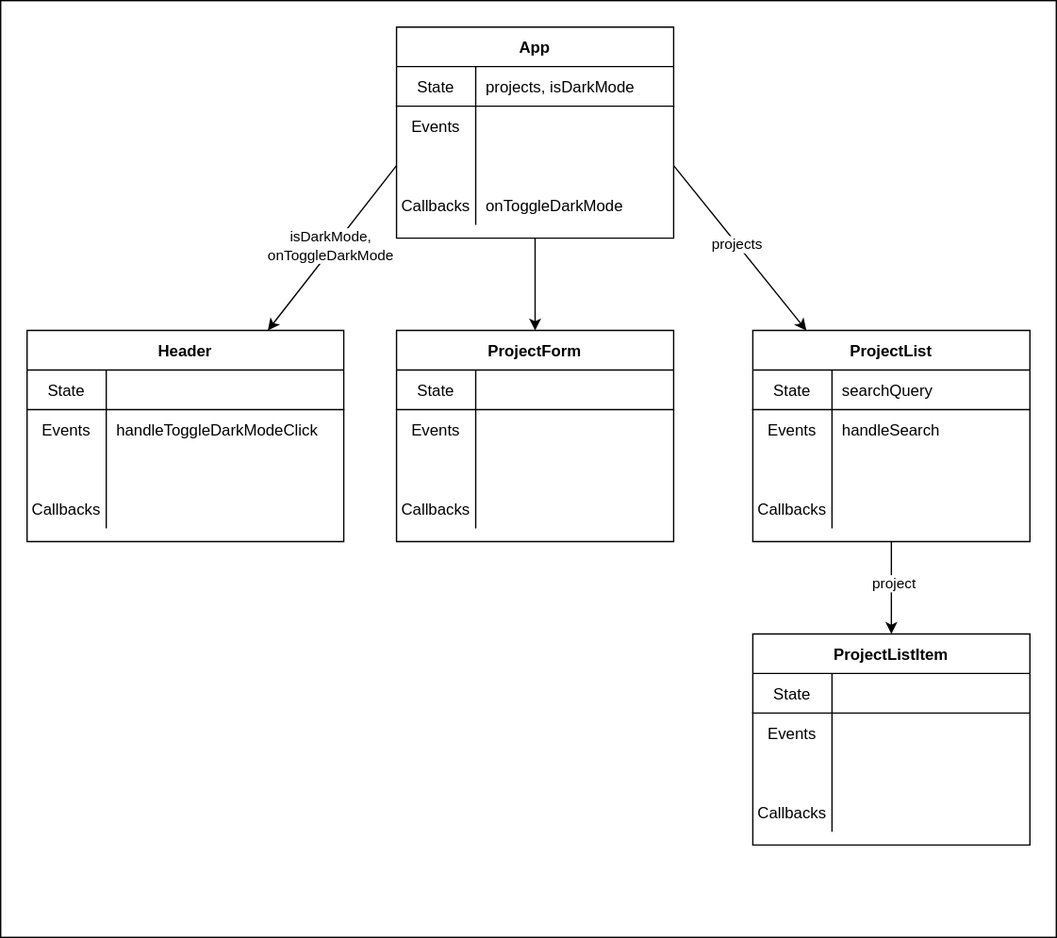
The draw.io diagram 04_react_forms/assets/component-hierarchy-with-data-flow.drawio.svg in learn-co-curriculum/SENG-LIVE-013023-Phase-2-React, before a commit. Source tidied: cells renumbered, new cells last; positions are measured from the earlier drawing's top-left corner, leaving out a move shared by most shapes.
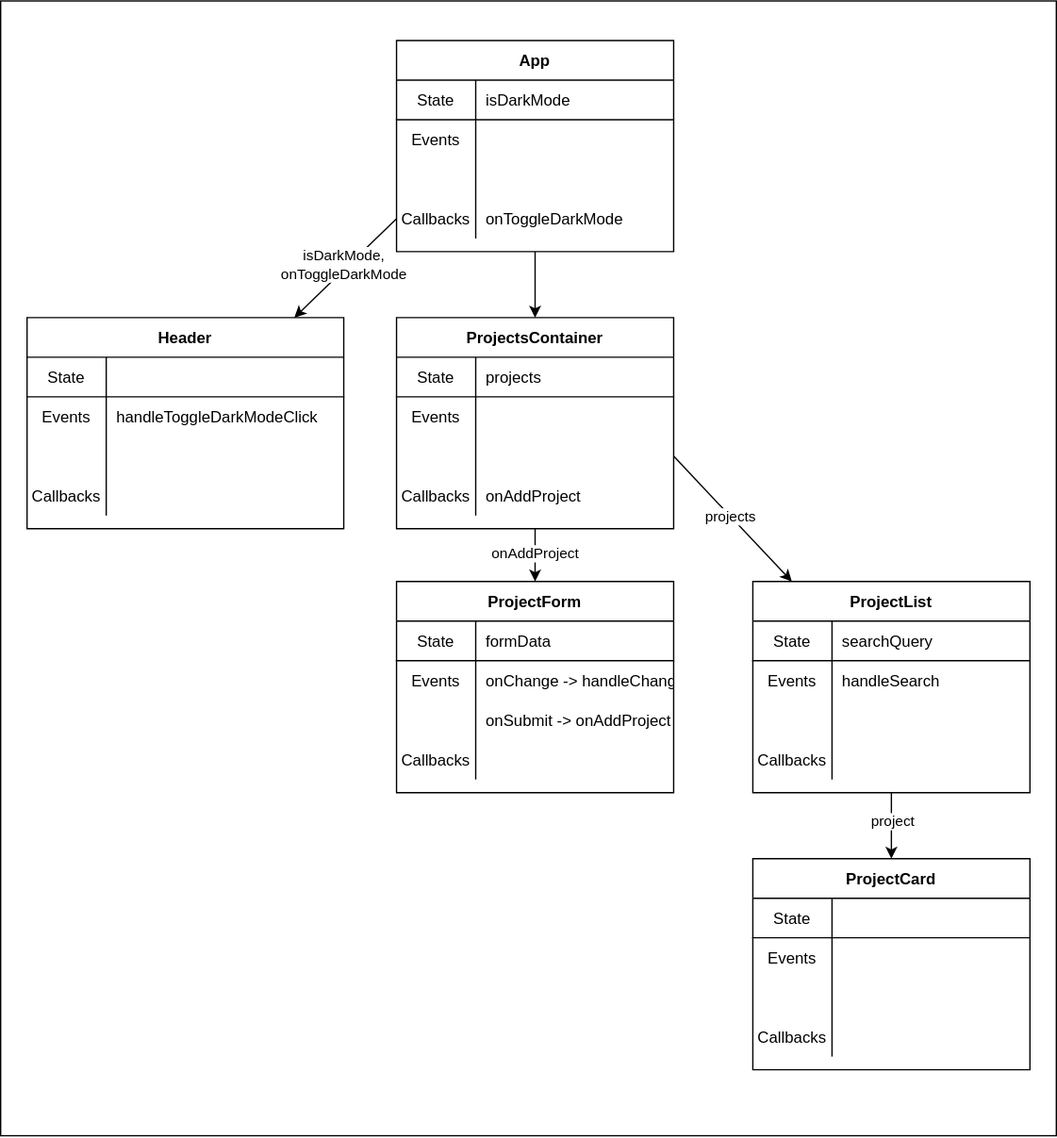
The same file after the commit.

Diff of the diagram source:
```diff
@@ -3,9 +3,9 @@
     <mxCell id="0" />
     <mxCell id="1" parent="0" />
     <mxCell id="2" style="rounded=0;whiteSpace=wrap;html=1;" parent="1" vertex="1">
-      <mxGeometry width="800" height="710" as="geometry" />
+      <mxGeometry y="-240" width="800" height="860" as="geometry" />
     </mxCell>
-    <mxCell id="3" style="edgeStyle=none;html=1;exitX=0;exitY=0.5;exitDx=0;exitDy=0;" parent="1" edge="1" source="15" target="21">
+    <mxCell id="3" style="edgeStyle=none;html=1;exitX=0;exitY=0.5;exitDx=0;exitDy=0;" parent="1" edge="1" source="87" target="21">
       <mxGeometry relative="1" as="geometry" />
     </mxCell>
     <mxCell id="4" value="isDarkMode,&lt;br&gt;onToggleDarkMode" style="edgeLabel;html=1;align=center;verticalAlign=middle;" parent="3" vertex="1">
@@ -14,14 +14,17 @@
     <mxCell id="5" style="edgeStyle=none;html=1;" parent="1" edge="1" source="8" target="34">
       <mxGeometry relative="1" as="geometry" />
     </mxCell>
+    <mxCell id="75" value="onAddProject" style="edgeLabel;html=1;align=center;verticalAlign=middle;" parent="5" vertex="1">
+      <mxGeometry x="-0.09" relative="1" as="geometry" />
+    </mxCell>
     <mxCell id="6" style="edgeStyle=none;html=1;exitX=1;exitY=0.5;exitDx=0;exitDy=0;" parent="1" edge="1" source="15" target="49">
       <mxGeometry relative="1" as="geometry" />
     </mxCell>
     <mxCell id="7" value="projects" style="edgeLabel;html=1;align=center;verticalAlign=middle;" parent="6" vertex="1">
       <mxGeometry x="-0.06" relative="1" as="geometry" />
     </mxCell>
-    <mxCell id="8" value="App" style="shape=table;startSize=30;rowLines=0;fontStyle=1;align=center;" parent="1" vertex="1">
-      <mxGeometry x="300" y="20" width="210" height="160" as="geometry" />
+    <mxCell id="8" value="ProjectsContainer" style="shape=table;startSize=30;rowLines=0;fontStyle=1;align=center;" parent="1" vertex="1">
+      <mxGeometry x="300" width="210" height="160" as="geometry" />
     </mxCell>
     <mxCell id="9" style="shape=partialRectangle;fillColor=none;top=0;left=0;bottom=1;right=0;" parent="8" vertex="1">
       <mxGeometry y="30" width="210" height="30" as="geometry" />
@@ -29,7 +32,7 @@
     <mxCell id="10" value="State" style="shape=partialRectangle;fillColor=none;top=0;left=0;bottom=0;right=0;fontStyle=0;overflow=hidden;" parent="9" vertex="1">
       <mxGeometry width="60" height="30" as="geometry" />
     </mxCell>
-    <mxCell id="11" value="projects, isDarkMode" style="shape=partialRectangle;fillColor=none;top=0;left=0;bottom=0;right=0;align=left;spacingLeft=6;fontStyle=0;overflow=hidden;" parent="9" vertex="1">
+    <mxCell id="11" value="projects" style="shape=partialRectangle;fillColor=none;top=0;left=0;bottom=0;right=0;align=left;spacingLeft=6;fontStyle=0;overflow=hidden;" parent="9" vertex="1">
       <mxGeometry x="60" width="150" height="30" as="geometry" />
     </mxCell>
     <mxCell id="12" style="shape=partialRectangle;fillColor=none;top=0;left=0;bottom=0;right=0;" parent="8" vertex="1">
@@ -56,11 +59,11 @@
     <mxCell id="19" value="Callbacks" style="shape=partialRectangle;fillColor=none;top=0;left=0;bottom=0;right=0;overflow=hidden;" parent="18" vertex="1">
       <mxGeometry width="60" height="30" as="geometry" />
     </mxCell>
-    <mxCell id="20" value="onToggleDarkMode" style="shape=partialRectangle;fillColor=none;top=0;left=0;bottom=0;right=0;align=left;spacingLeft=6;overflow=hidden;" parent="18" vertex="1">
+    <mxCell id="20" value="onAddProject" style="shape=partialRectangle;fillColor=none;top=0;left=0;bottom=0;right=0;align=left;spacingLeft=6;overflow=hidden;" parent="18" vertex="1">
       <mxGeometry x="60" width="150" height="30" as="geometry" />
     </mxCell>
     <mxCell id="21" value="Header" style="shape=table;startSize=30;rowLines=0;fontStyle=1;align=center;" parent="1" vertex="1">
-      <mxGeometry x="20" y="250" width="240" height="160" as="geometry" />
+      <mxGeometry x="20" width="240" height="160" as="geometry" />
     </mxCell>
     <mxCell id="22" style="shape=partialRectangle;fillColor=none;top=0;left=0;bottom=1;right=0;" parent="21" vertex="1">
       <mxGeometry y="30" width="240" height="30" as="geometry" />
@@ -99,7 +102,7 @@
       <mxGeometry x="60" width="180" height="30" as="geometry" />
     </mxCell>
     <mxCell id="34" value="ProjectForm" style="shape=table;startSize=30;rowLines=0;fontStyle=1;align=center;" parent="1" vertex="1">
-      <mxGeometry x="300" y="250" width="210" height="160" as="geometry" />
+      <mxGeometry x="300" y="200" width="210" height="160" as="geometry" />
     </mxCell>
     <mxCell id="35" style="shape=partialRectangle;fillColor=none;top=0;left=0;bottom=1;right=0;" parent="34" vertex="1">
       <mxGeometry y="30" width="210" height="30" as="geometry" />
@@ -107,7 +110,7 @@
     <mxCell id="36" value="State" style="shape=partialRectangle;fillColor=none;top=0;left=0;bottom=0;right=0;fontStyle=0;overflow=hidden;" parent="35" vertex="1">
       <mxGeometry width="60" height="30" as="geometry" />
     </mxCell>
-    <mxCell id="37" style="shape=partialRectangle;fillColor=none;top=0;left=0;bottom=0;right=0;align=left;spacingLeft=6;fontStyle=0;overflow=hidden;" parent="35" vertex="1">
+    <mxCell id="37" value="formData" style="shape=partialRectangle;fillColor=none;top=0;left=0;bottom=0;right=0;align=left;spacingLeft=6;fontStyle=0;overflow=hidden;" parent="35" vertex="1">
       <mxGeometry x="60" width="150" height="30" as="geometry" />
     </mxCell>
     <mxCell id="38" style="shape=partialRectangle;fillColor=none;top=0;left=0;bottom=0;right=0;" parent="34" vertex="1">
@@ -116,7 +119,7 @@
     <mxCell id="39" value="Events" style="shape=partialRectangle;fillColor=none;top=0;left=0;bottom=0;right=0;overflow=hidden;" parent="38" vertex="1">
       <mxGeometry width="60" height="30" as="geometry" />
     </mxCell>
-    <mxCell id="40" style="shape=partialRectangle;fillColor=none;top=0;left=0;bottom=0;right=0;align=left;spacingLeft=6;overflow=hidden;" parent="38" vertex="1">
+    <mxCell id="40" value="onChange -&gt; handleChange" style="shape=partialRectangle;fillColor=none;top=0;left=0;bottom=0;right=0;align=left;spacingLeft=6;overflow=hidden;" parent="38" vertex="1">
       <mxGeometry x="60" width="150" height="30" as="geometry" />
     </mxCell>
     <mxCell id="41" style="shape=partialRectangle;fillColor=none;top=0;left=0;bottom=0;right=0;" parent="34" vertex="1">
@@ -125,7 +128,7 @@
     <mxCell id="42" style="shape=partialRectangle;fillColor=none;top=0;left=0;bottom=0;right=0;overflow=hidden;" parent="41" vertex="1">
       <mxGeometry width="60" height="30" as="geometry" />
     </mxCell>
-    <mxCell id="43" style="shape=partialRectangle;fillColor=none;top=0;left=0;bottom=0;right=0;align=left;spacingLeft=6;overflow=hidden;" parent="41" vertex="1">
+    <mxCell id="43" value="onSubmit -&gt; onAddProject" style="shape=partialRectangle;fillColor=none;top=0;left=0;bottom=0;right=0;align=left;spacingLeft=6;overflow=hidden;" parent="41" vertex="1">
       <mxGeometry x="60" width="150" height="30" as="geometry" />
     </mxCell>
     <mxCell id="44" style="shape=partialRectangle;fillColor=none;top=0;left=0;bottom=0;right=0;" parent="34" vertex="1">
@@ -144,7 +147,7 @@
       <mxGeometry x="-0.12" y="1" relative="1" as="geometry" />
     </mxCell>
     <mxCell id="49" value="ProjectList" style="shape=table;startSize=30;rowLines=0;fontStyle=1;align=center;" parent="1" vertex="1">
-      <mxGeometry x="570" y="250" width="210" height="160" as="geometry" />
+      <mxGeometry x="570" y="200" width="210" height="160" as="geometry" />
     </mxCell>
     <mxCell id="50" style="shape=partialRectangle;fillColor=none;top=0;left=0;bottom=1;right=0;" parent="49" vertex="1">
       <mxGeometry y="30" width="210" height="30" as="geometry" />
@@ -182,8 +185,8 @@
     <mxCell id="61" style="shape=partialRectangle;fillColor=none;top=0;left=0;bottom=0;right=0;align=left;spacingLeft=6;overflow=hidden;" parent="59" vertex="1">
       <mxGeometry x="60" width="150" height="30" as="geometry" />
     </mxCell>
-    <mxCell id="62" value="ProjectListItem" style="shape=table;startSize=30;rowLines=0;fontStyle=1;align=center;" parent="1" vertex="1">
-      <mxGeometry x="570" y="480" width="210" height="160" as="geometry" />
+    <mxCell id="62" value="ProjectCard" style="shape=table;startSize=30;rowLines=0;fontStyle=1;align=center;" parent="1" vertex="1">
+      <mxGeometry x="570" y="410" width="210" height="160" as="geometry" />
     </mxCell>
     <mxCell id="63" style="shape=partialRectangle;fillColor=none;top=0;left=0;bottom=1;right=0;" parent="62" vertex="1">
       <mxGeometry y="30" width="210" height="30" as="geometry" />
@@ -221,5 +224,47 @@
     <mxCell id="74" style="shape=partialRectangle;fillColor=none;top=0;left=0;bottom=0;right=0;align=left;spacingLeft=6;overflow=hidden;" parent="72" vertex="1">
       <mxGeometry x="60" width="150" height="30" as="geometry" />
     </mxCell>
+    <mxCell id="76" style="edgeStyle=none;html=1;entryX=0.5;entryY=0;entryDx=0;entryDy=0;" parent="1" edge="1" source="77" target="8">
+      <mxGeometry relative="1" as="geometry" />
+    </mxCell>
+    <mxCell id="77" value="App" style="shape=table;startSize=30;rowLines=0;fontStyle=1;align=center;" parent="1" vertex="1">
+      <mxGeometry x="300" y="-210" width="210" height="160" as="geometry" />
+    </mxCell>
+    <mxCell id="78" style="shape=partialRectangle;fillColor=none;top=0;left=0;bottom=1;right=0;" parent="77" vertex="1">
+      <mxGeometry y="30" width="210" height="30" as="geometry" />
+    </mxCell>
+    <mxCell id="79" value="State" style="shape=partialRectangle;fillColor=none;top=0;left=0;bottom=0;right=0;fontStyle=0;overflow=hidden;" parent="78" vertex="1">
+      <mxGeometry width="60" height="30" as="geometry" />
+    </mxCell>
+    <mxCell id="80" value="isDarkMode" style="shape=partialRectangle;fillColor=none;top=0;left=0;bottom=0;right=0;align=left;spacingLeft=6;fontStyle=0;overflow=hidden;" parent="78" vertex="1">
+      <mxGeometry x="60" width="150" height="30" as="geometry" />
+    </mxCell>
+    <mxCell id="81" style="shape=partialRectangle;fillColor=none;top=0;left=0;bottom=0;right=0;" parent="77" vertex="1">
+      <mxGeometry y="60" width="210" height="30" as="geometry" />
+    </mxCell>
+    <mxCell id="82" value="Events" style="shape=partialRectangle;fillColor=none;top=0;left=0;bottom=0;right=0;overflow=hidden;" parent="81" vertex="1">
+      <mxGeometry width="60" height="30" as="geometry" />
+    </mxCell>
+    <mxCell id="83" style="shape=partialRectangle;fillColor=none;top=0;left=0;bottom=0;right=0;align=left;spacingLeft=6;overflow=hidden;" parent="81" vertex="1">
+      <mxGeometry x="60" width="150" height="30" as="geometry" />
+    </mxCell>
+    <mxCell id="84" style="shape=partialRectangle;fillColor=none;top=0;left=0;bottom=0;right=0;" parent="77" vertex="1">
+      <mxGeometry y="90" width="210" height="30" as="geometry" />
+    </mxCell>
+    <mxCell id="85" style="shape=partialRectangle;fillColor=none;top=0;left=0;bottom=0;right=0;overflow=hidden;" parent="84" vertex="1">
+      <mxGeometry width="60" height="30" as="geometry" />
+    </mxCell>
+    <mxCell id="86" style="shape=partialRectangle;fillColor=none;top=0;left=0;bottom=0;right=0;align=left;spacingLeft=6;overflow=hidden;" parent="84" vertex="1">
+      <mxGeometry x="60" width="150" height="30" as="geometry" />
+    </mxCell>
+    <mxCell id="87" style="shape=partialRectangle;fillColor=none;top=0;left=0;bottom=0;right=0;points=[[0,0.5],[1,0.5]];portConstraint=eastwest;" parent="77" vertex="1">
+      <mxGeometry y="120" width="210" height="30" as="geometry" />
+    </mxCell>
+    <mxCell id="88" value="Callbacks" style="shape=partialRectangle;fillColor=none;top=0;left=0;bottom=0;right=0;overflow=hidden;" parent="87" vertex="1">
+      <mxGeometry width="60" height="30" as="geometry" />
+    </mxCell>
+    <mxCell id="89" value="onToggleDarkMode" style="shape=partialRectangle;fillColor=none;top=0;left=0;bottom=0;right=0;align=left;spacingLeft=6;overflow=hidden;" parent="87" vertex="1">
+      <mxGeometry x="60" width="150" height="30" as="geometry" />
+    </mxCell>
   </root>
 </mxGraphModel>
```
